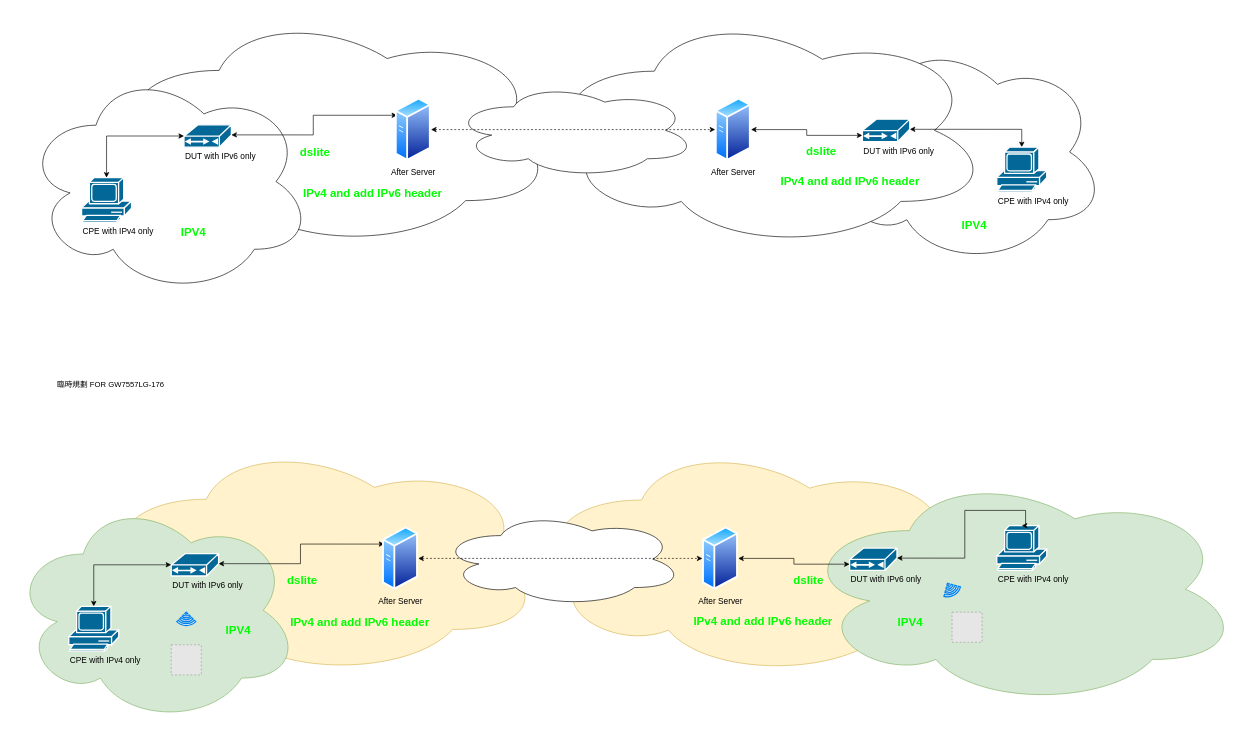
Earlier version of the draw.io diagram page "dslite" (8 of 17) of GW7557.drawio (nelsonchung/drawio). Source tidied: cells renumbered, new cells numbered last; positions are measured from the earlier drawing's top-left corner, leaving out a move shared by most shapes. Both pictures are drawn from the tidied source at 64%, with x=0, y=0 at pixel (11, 11). Pictures stored in the file or linked from it are replaced by grey dashed boxes.
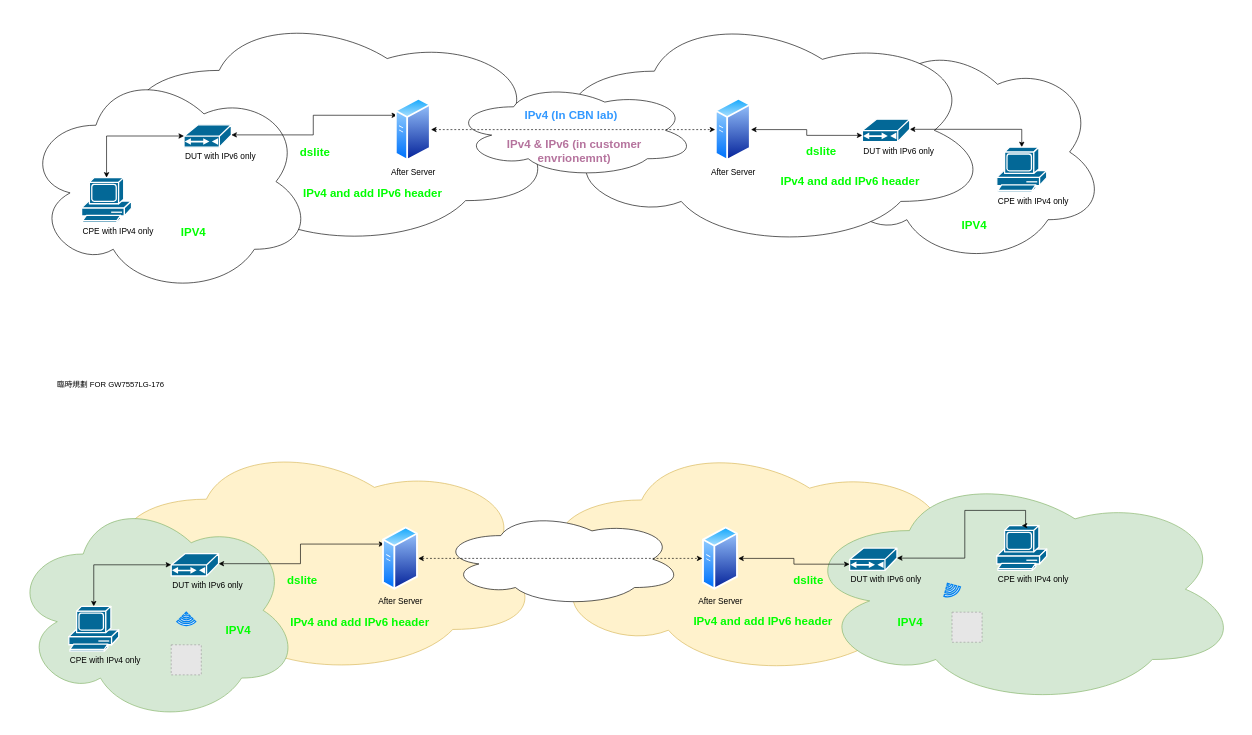
The same diagram, later.

Change to the diagram source:
```diff
@@
+    <mxCell id="51" value="&lt;font color=&quot;#3399ff&quot;&gt;IPv4 (In CBN lab)&lt;br&gt;&lt;/font&gt;" style="text;html=1;strokeColor=none;fillColor=none;align=center;verticalAlign=middle;whiteSpace=wrap;rounded=0;labelBackgroundColor=none;fontSize=18;fontColor=#00FF00;fontStyle=1;" parent="1" vertex="1">
+      <mxGeometry x="720" y="147.5" width="310" height="30" as="geometry" />
+    </mxCell>
+    <mxCell id="52" value="&lt;font&gt;IPv4 &amp;amp; IPv6 (in customer envrionemnt)&lt;br&gt;&lt;/font&gt;" style="text;html=1;strokeColor=none;fillColor=none;align=center;verticalAlign=middle;whiteSpace=wrap;rounded=0;labelBackgroundColor=none;fontSize=18;fontStyle=1;fontColor=#B5739D;" parent="1" vertex="1">
+      <mxGeometry x="725" y="203.8" width="310" height="30" as="geometry" />
+    </mxCell>
```
